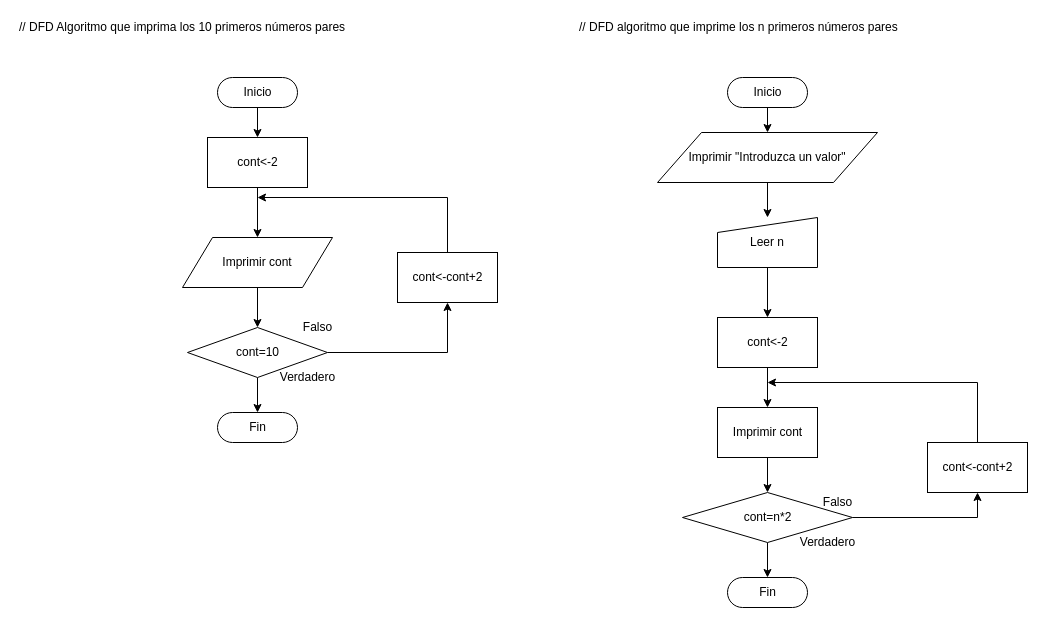
Earlier version of the draw.io diagram 10PrimerosPares.drawio (Alejandrogaralv/Programacion). Source tidied: cells renumbered, new cells numbered last; positions are measured from the earlier drawing's top-left corner, leaving out a move shared by most shapes. Both pictures are drawn from the tidied source at 100%, with x=0, y=0 at pixel (17, 17).
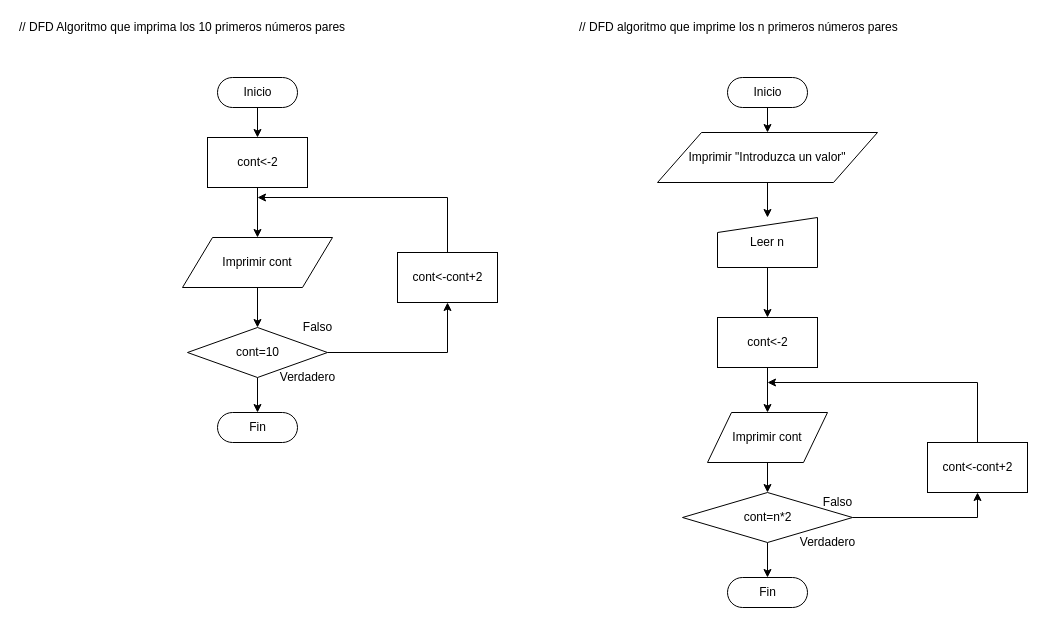
After the change.

Unchanged cells that the change refers to:
```xml
<mxCell id="22" value="cont&amp;lt;-2" style="html=1;dashed=0;whitespace=wrap;" parent="1" vertex="1">
  <mxGeometry x="700" y="300" width="100" height="50" as="geometry" />
</mxCell>
<mxCell id="27" value="cont=n*2" style="shape=rhombus;html=1;dashed=0;whitespace=wrap;perimeter=rhombusPerimeter;" parent="1" vertex="1">
  <mxGeometry x="665" y="475" width="170" height="50" as="geometry" />
</mxCell>
```

Change to the diagram source:
```diff
@@
-    <mxCell id="21" style="edgeStyle=orthogonalEdgeStyle;rounded=0;jettySize=auto;html=1;" parent="1" edge="1" source="22" target="24">
+    <mxCell id="21" style="edgeStyle=orthogonalEdgeStyle;rounded=0;jettySize=auto;html=1;entryX=0.5;entryY=0;entryDx=0;entryDy=0;" parent="1" edge="1" source="22" target="24">
       <mxGeometry relative="1" as="geometry" />
     </mxCell>
@@
-    <mxCell id="23" style="edgeStyle=orthogonalEdgeStyle;rounded=0;jettySize=auto;html=1;" parent="1" edge="1" source="24" target="27">
+    <mxCell id="23" style="edgeStyle=orthogonalEdgeStyle;rounded=0;jettySize=auto;html=1;exitX=0.5;exitY=1;exitDx=0;exitDy=0;" parent="1" edge="1" source="24" target="27">
       <mxGeometry relative="1" as="geometry" />
     </mxCell>
-    <mxCell id="24" value="Imprimir cont" style="html=1;dashed=0;whitespace=wrap;" parent="1" vertex="1">
-      <mxGeometry x="700" y="390" width="100" height="50" as="geometry" />
-    </mxCell>
@@
+    <mxCell id="24" value="Imprimir cont" style="shape=parallelogram;perimeter=parallelogramPerimeter;whiteSpace=wrap;html=1;dashed=0;" parent="1" vertex="1">
+      <mxGeometry x="690" y="395" width="120" height="50" as="geometry" />
+    </mxCell>
```
